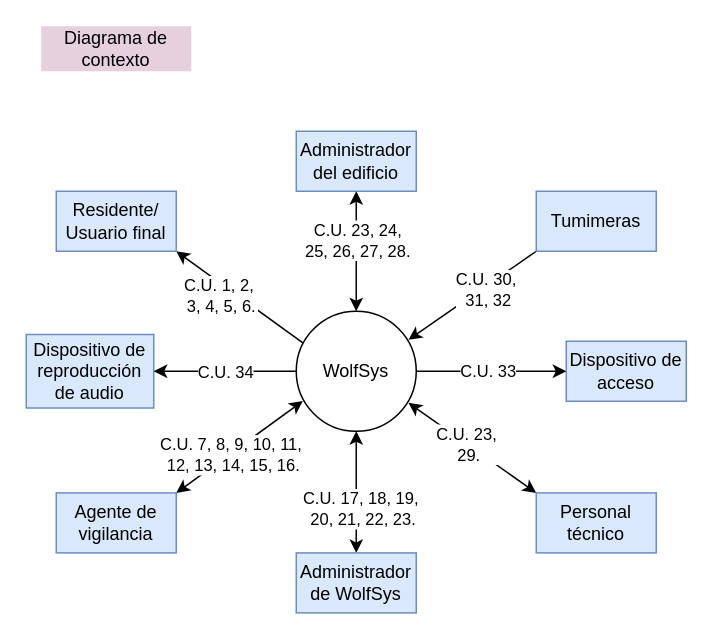
LIMoreno04/Caso-de-estudio---WolfSys---Arquitectura keeps this draw.io diagram as Documentación de la arquitectura/Diagramas/Editables-drawio/Diagrama-de-contexto.drawio. Above is the earlier version. Source tidied: cells renumbered, new cells numbered last; positions are measured from the earlier drawing's top-left corner, leaving out a move shared by most shapes. Both pictures are drawn from the tidied source at 150%, with x=0, y=0 at pixel (26, 26).
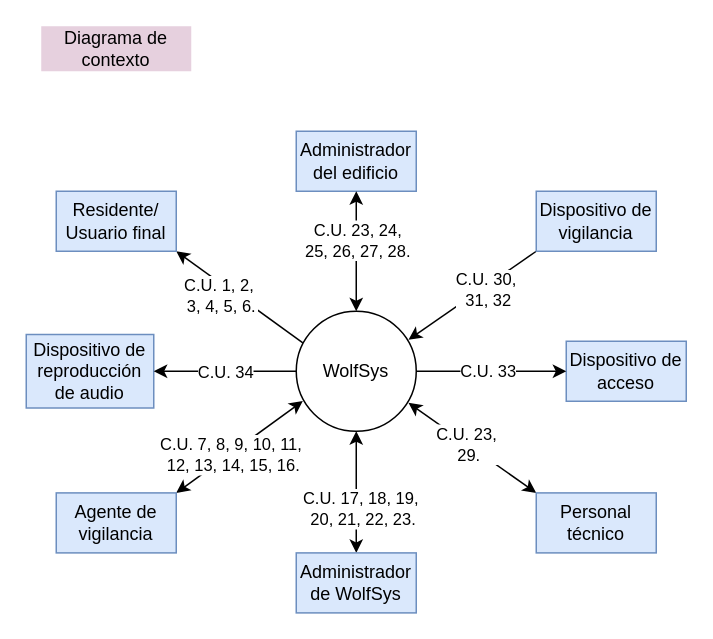
Above is the later version.

What changed in the source:
```diff
@@
-    <mxCell id="18" value="Tumimeras" style="rounded=0;whiteSpace=wrap;html=1;fillColor=#dae8fc;strokeColor=#6c8ebf;" parent="1" vertex="1">
+    <mxCell id="18" value="Dispositivo de vigilancia" style="rounded=0;whiteSpace=wrap;html=1;fillColor=#dae8fc;strokeColor=#6c8ebf;" parent="1" vertex="1">
       <mxGeometry x="340" y="110" width="80" height="40" as="geometry" />
     </mxCell>
```
